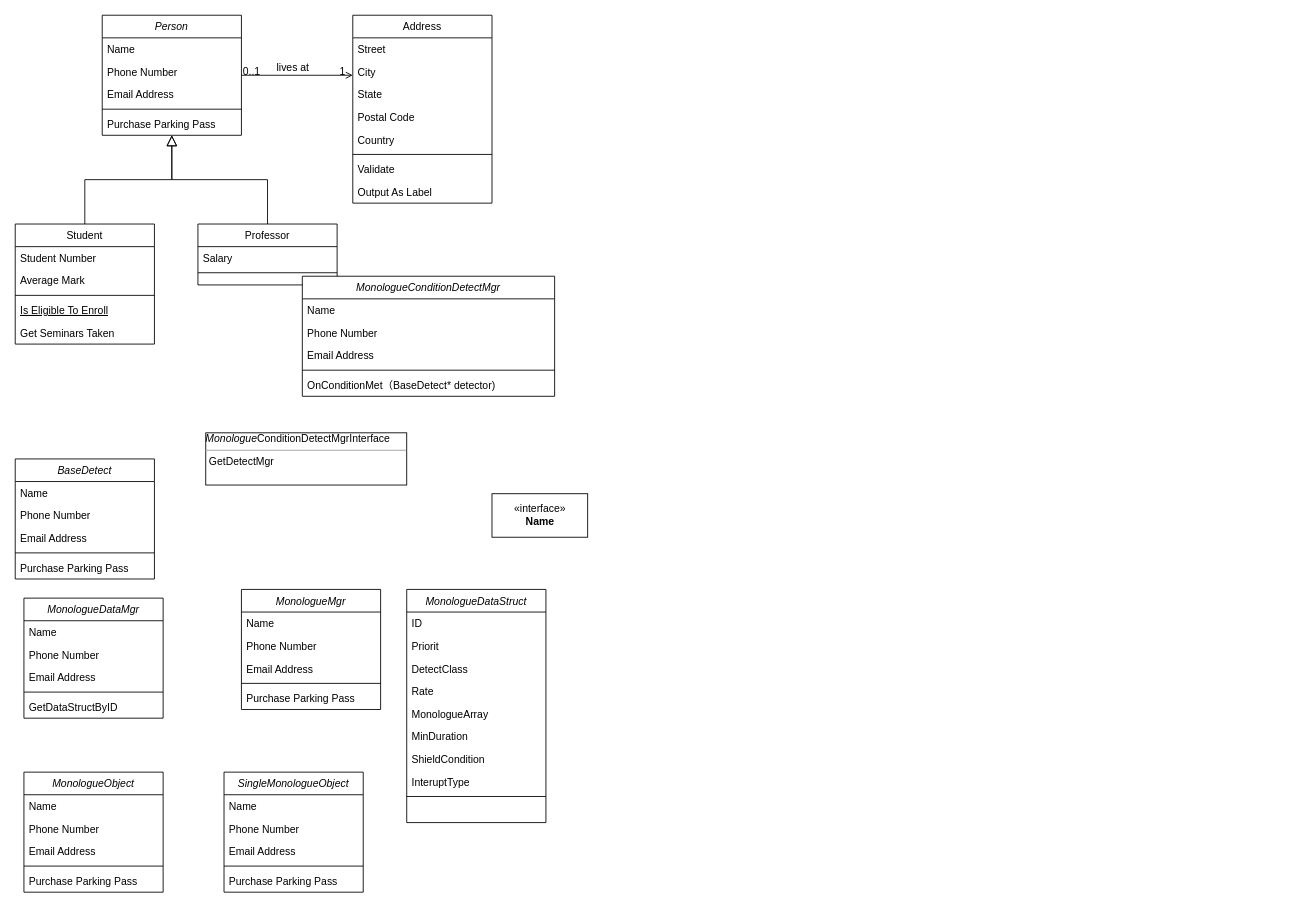
Above: Wwise.drawio in linking314/hello-world (draw.io), before the change. Source tidied: cells renumbered, new cells numbered last; positions are measured from the earlier drawing's top-left corner, leaving out a move shared by most shapes. Both pictures are drawn from the tidied source at 87%, with x=0, y=0 at pixel (15, 15).
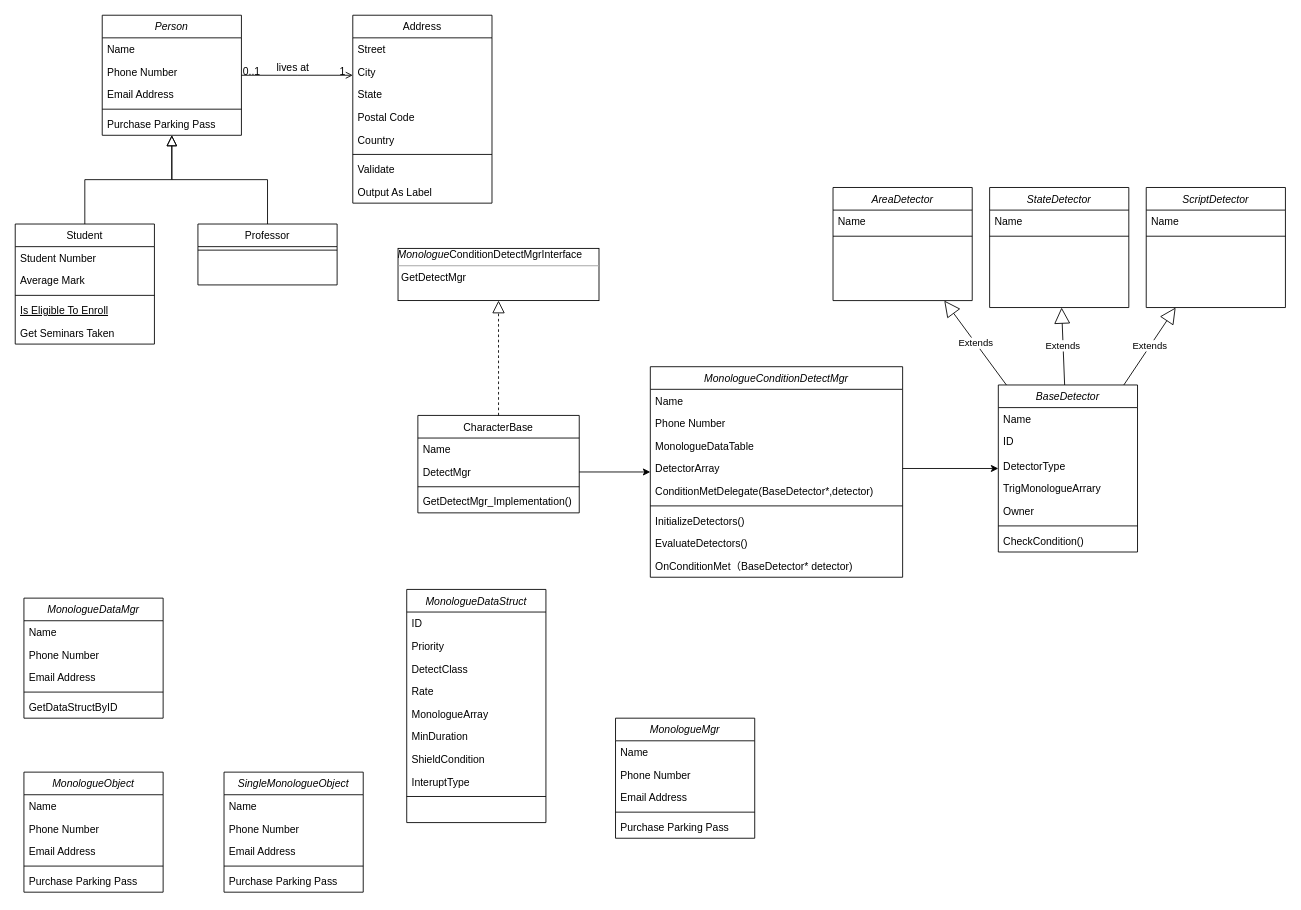
The same page after the edit.

The change refers to these unchanged cells:
```xml
<mxCell id="15" value="Professor" style="swimlane;fontStyle=0;align=center;verticalAlign=top;horizontal=1;startSize=26;rounded=0;shadow=0;strokeWidth=1;" parent="1" vertex="1">
  <mxGeometry x="210" y="240" width="160" height="70" as="geometry" />
</mxCell>
<mxCell id="64" value="MonologueDataStruct" style="swimlane;fontStyle=2;align=center;verticalAlign=top;horizontal=1;startSize=26;rounded=0;shadow=0;strokeWidth=1;" parent="1" vertex="1">
  <mxGeometry x="450" y="660" width="160" height="268" as="geometry" />
</mxCell>
```

What changed in the source:
```diff
@@
-    <mxCell id="16" value="Salary" style="text;align=left;verticalAlign=top;spacingLeft=4;spacingRight=4;overflow=hidden;" parent="15" vertex="1">
-      <mxGeometry y="26" width="160" height="26" as="geometry" />
-    </mxCell>
     <mxCell id="17" style="line;html=1;strokeWidth=1;align=left;verticalAlign=middle;spacingTop=-1;spacingLeft=3;spacingRight=3;labelPosition=right;" parent="15" vertex="1">
-      <mxGeometry y="52" width="160" height="8" as="geometry" />
+      <mxGeometry y="26" width="160" height="8" as="geometry" />
     </mxCell>
@@
-    <mxCell id="32" value="BaseDetect" style="swimlane;fontStyle=2;align=center;verticalAlign=top;horizontal=1;startSize=26;rounded=0;shadow=0;strokeWidth=1;" parent="1" vertex="1">
-      <mxGeometry y="510" width="160" height="138" as="geometry" />
+    <mxCell id="32" value="BaseDetector" style="swimlane;fontStyle=2;align=center;verticalAlign=top;horizontal=1;startSize=26;rounded=0;shadow=0;strokeWidth=1;" parent="1" vertex="1">
+      <mxGeometry x="1130" y="425" width="160" height="192" as="geometry" />
     </mxCell>
@@
-    <mxCell id="34" value="Phone Number" style="text;align=left;verticalAlign=top;spacingLeft=4;spacingRight=4;overflow=hidden;rounded=0;shadow=0;html=0;" parent="32" vertex="1">
-      <mxGeometry y="52" width="160" height="26" as="geometry" />
+    <mxCell id="34" value="ID" style="text;align=left;verticalAlign=top;spacingLeft=4;spacingRight=4;overflow=hidden;rounded=0;shadow=0;html=0;" parent="32" vertex="1">
+      <mxGeometry y="52" width="160" height="28" as="geometry" />
     </mxCell>
-    <mxCell id="35" value="Email Address" style="text;align=left;verticalAlign=top;spacingLeft=4;spacingRight=4;overflow=hidden;rounded=0;shadow=0;html=0;" parent="32" vertex="1">
-      <mxGeometry y="78" width="160" height="26" as="geometry" />
+    <mxCell id="35" value="DetectorType" style="text;align=left;verticalAlign=top;spacingLeft=4;spacingRight=4;overflow=hidden;rounded=0;shadow=0;html=0;" parent="32" vertex="1">
+      <mxGeometry y="80" width="160" height="26" as="geometry" />
     </mxCell>
+    <mxCell id="80" value="TrigMonologueArrary" style="text;align=left;verticalAlign=top;spacingLeft=4;spacingRight=4;overflow=hidden;rounded=0;shadow=0;html=0;" parent="32" vertex="1">
+      <mxGeometry y="106" width="160" height="26" as="geometry" />
+    </mxCell>
+    <mxCell id="81" value="Owner" style="text;align=left;verticalAlign=top;spacingLeft=4;spacingRight=4;overflow=hidden;rounded=0;shadow=0;html=0;" parent="32" vertex="1">
+      <mxGeometry y="132" width="160" height="26" as="geometry" />
+    </mxCell>
     <mxCell id="36" style="line;html=1;strokeWidth=1;align=left;verticalAlign=middle;spacingTop=-1;spacingLeft=3;spacingRight=3;labelPosition=right;" parent="32" vertex="1">
-      <mxGeometry y="104" width="160" height="8" as="geometry" />
+      <mxGeometry y="158" width="160" height="8" as="geometry" />
     </mxCell>
-    <mxCell id="37" value="Purchase Parking Pass" style="text;align=left;verticalAlign=top;spacingLeft=4;spacingRight=4;overflow=hidden;" parent="32" vertex="1">
-      <mxGeometry y="112" width="160" height="26" as="geometry" />
+    <mxCell id="37" value="CheckCondition()" style="text;align=left;verticalAlign=top;spacingLeft=4;spacingRight=4;overflow=hidden;" parent="32" vertex="1">
+      <mxGeometry y="166" width="160" height="26" as="geometry" />
     </mxCell>
-    <mxCell id="38" value="&amp;laquo;interface&amp;raquo;&lt;br&gt;&lt;b&gt;Name&lt;/b&gt;" style="html=1;" parent="1" vertex="1">
-      <mxGeometry x="548" y="550" width="110" height="50" as="geometry" />
-    </mxCell>
     <mxCell id="39" value="&lt;span style=&quot;font-style: italic ; text-align: center&quot;&gt;Monologue&lt;/span&gt;&lt;span style=&quot;text-align: center&quot;&gt;ConditionDetectMgrInterface&lt;/span&gt;&lt;span style=&quot;font-style: italic ; text-align: center&quot;&gt;&lt;br&gt;&lt;/span&gt;&lt;hr size=&quot;1&quot;&gt;&lt;p style=&quot;margin: 0px ; margin-left: 4px&quot;&gt;&lt;/p&gt;&lt;p style=&quot;margin: 0px ; margin-left: 4px&quot;&gt;GetDetectMgr&lt;/p&gt;" style="verticalAlign=top;align=left;overflow=fill;fontSize=12;fontFamily=Helvetica;html=1;" parent="1" vertex="1">
-      <mxGeometry x="219" y="480" width="231" height="60" as="geometry" />
+      <mxGeometry x="440" y="268" width="231" height="60" as="geometry" />
     </mxCell>
@@
     <mxCell id="46" value="MonologueMgr" style="swimlane;fontStyle=2;align=center;verticalAlign=top;horizontal=1;startSize=26;rounded=0;shadow=0;strokeWidth=1;" parent="1" vertex="1">
-      <mxGeometry x="260" y="660" width="160" height="138" as="geometry" />
+      <mxGeometry x="690" y="808" width="160" height="138" as="geometry" />
     </mxCell>
@@
-    <mxCell id="66" value="Priorit" style="text;align=left;verticalAlign=top;spacingLeft=4;spacingRight=4;overflow=hidden;rounded=0;shadow=0;html=0;" parent="64" vertex="1">
+    <mxCell id="66" value="Priority" style="text;align=left;verticalAlign=top;spacingLeft=4;spacingRight=4;overflow=hidden;rounded=0;shadow=0;html=0;" parent="64" vertex="1">
       <mxGeometry y="52" width="160" height="26" as="geometry" />
     </mxCell>
@@
     <mxCell id="74" value="MonologueConditionDetectMgr" style="swimlane;fontStyle=2;align=center;verticalAlign=top;horizontal=1;startSize=26;rounded=0;shadow=0;strokeWidth=1;" parent="1" vertex="1">
-      <mxGeometry x="330" y="300" width="290" height="138" as="geometry" />
+      <mxGeometry x="730" y="404" width="290" height="242" as="geometry" />
     </mxCell>
@@
-    <mxCell id="77" value="Email Address" style="text;align=left;verticalAlign=top;spacingLeft=4;spacingRight=4;overflow=hidden;rounded=0;shadow=0;html=0;" parent="74" vertex="1">
+    <mxCell id="77" value="MonologueDataTable" style="text;align=left;verticalAlign=top;spacingLeft=4;spacingRight=4;overflow=hidden;rounded=0;shadow=0;html=0;" parent="74" vertex="1">
       <mxGeometry y="78" width="290" height="26" as="geometry" />
     </mxCell>
+    <mxCell id="82" value="DetectorArray" style="text;align=left;verticalAlign=top;spacingLeft=4;spacingRight=4;overflow=hidden;points=[[0,0.5],[1,0.5]];portConstraint=eastwest;rounded=0;shadow=0;html=0;" parent="74" vertex="1">
+      <mxGeometry y="104" width="290" height="26" as="geometry" />
+    </mxCell>
+    <mxCell id="83" value="ConditionMetDelegate(BaseDetector*,detector)" style="text;align=left;verticalAlign=top;spacingLeft=4;spacingRight=4;overflow=hidden;rounded=0;shadow=0;html=0;" parent="74" vertex="1">
+      <mxGeometry y="130" width="290" height="26" as="geometry" />
+    </mxCell>
     <mxCell id="78" style="line;html=1;strokeWidth=1;align=left;verticalAlign=middle;spacingTop=-1;spacingLeft=3;spacingRight=3;labelPosition=right;" parent="74" vertex="1">
-      <mxGeometry y="104" width="290" height="8" as="geometry" />
+      <mxGeometry y="156" width="290" height="8" as="geometry" />
     </mxCell>
-    <mxCell id="79" value="OnConditionMet（BaseDetect* detector)" style="text;align=left;verticalAlign=top;spacingLeft=4;spacingRight=4;overflow=hidden;" parent="74" vertex="1">
-      <mxGeometry y="112" width="290" height="26" as="geometry" />
+    <mxCell id="79" value="InitializeDetectors()" style="text;align=left;verticalAlign=top;spacingLeft=4;spacingRight=4;overflow=hidden;" parent="74" vertex="1">
+      <mxGeometry y="164" width="290" height="26" as="geometry" />
     </mxCell>
+    <mxCell id="84" value="EvaluateDetectors()" style="text;align=left;verticalAlign=top;spacingLeft=4;spacingRight=4;overflow=hidden;" parent="74" vertex="1">
+      <mxGeometry y="190" width="290" height="26" as="geometry" />
+    </mxCell>
+    <mxCell id="85" value="OnConditionMet（BaseDetector* detector)" style="text;align=left;verticalAlign=top;spacingLeft=4;spacingRight=4;overflow=hidden;" parent="74" vertex="1">
+      <mxGeometry y="216" width="290" height="26" as="geometry" />
+    </mxCell>
+    <mxCell id="86" value="CharacterBase" style="swimlane;fontStyle=0;align=center;verticalAlign=top;horizontal=1;startSize=26;rounded=0;shadow=0;strokeWidth=1;" parent="1" vertex="1">
+      <mxGeometry x="462.8" y="460" width="185.5" height="112" as="geometry" />
+    </mxCell>
+    <mxCell id="87" value="Name" style="text;align=left;verticalAlign=top;spacingLeft=4;spacingRight=4;overflow=hidden;" parent="86" vertex="1">
+      <mxGeometry y="26" width="185.5" height="26" as="geometry" />
+    </mxCell>
+    <mxCell id="88" value="DetectMgr" style="text;align=left;verticalAlign=top;spacingLeft=4;spacingRight=4;overflow=hidden;points=[[0,0.5],[1,0.5]];portConstraint=eastwest;" parent="86" vertex="1">
+      <mxGeometry y="52" width="185.5" height="26" as="geometry" />
+    </mxCell>
+    <mxCell id="89" style="line;html=1;strokeWidth=1;align=left;verticalAlign=middle;spacingTop=-1;spacingLeft=3;spacingRight=3;labelPosition=right;" parent="86" vertex="1">
+      <mxGeometry y="78" width="185.5" height="8" as="geometry" />
+    </mxCell>
+    <mxCell id="16" value="GetDetectMgr_Implementation()" style="text;align=left;verticalAlign=top;spacingLeft=4;spacingRight=4;overflow=hidden;" parent="86" vertex="1">
+      <mxGeometry y="86" width="185.5" height="26" as="geometry" />
+    </mxCell>
+    <mxCell id="90" value="AreaDetector" style="swimlane;fontStyle=2;align=center;verticalAlign=top;horizontal=1;startSize=26;rounded=0;shadow=0;strokeWidth=1;" parent="1" vertex="1">
+      <mxGeometry x="940" y="198" width="160" height="130" as="geometry" />
+    </mxCell>
+    <mxCell id="91" value="Name" style="text;align=left;verticalAlign=top;spacingLeft=4;spacingRight=4;overflow=hidden;" parent="90" vertex="1">
+      <mxGeometry y="26" width="160" height="26" as="geometry" />
+    </mxCell>
+    <mxCell id="92" style="line;html=1;strokeWidth=1;align=left;verticalAlign=middle;spacingTop=-1;spacingLeft=3;spacingRight=3;labelPosition=right;" parent="90" vertex="1">
+      <mxGeometry y="52" width="160" height="8" as="geometry" />
+    </mxCell>
+    <mxCell id="93" value="StateDetector" style="swimlane;fontStyle=2;align=center;verticalAlign=top;horizontal=1;startSize=26;rounded=0;shadow=0;strokeWidth=1;" parent="1" vertex="1">
+      <mxGeometry x="1120" y="198" width="160" height="138" as="geometry" />
+    </mxCell>
+    <mxCell id="94" value="Name" style="text;align=left;verticalAlign=top;spacingLeft=4;spacingRight=4;overflow=hidden;" parent="93" vertex="1">
+      <mxGeometry y="26" width="160" height="26" as="geometry" />
+    </mxCell>
+    <mxCell id="95" style="line;html=1;strokeWidth=1;align=left;verticalAlign=middle;spacingTop=-1;spacingLeft=3;spacingRight=3;labelPosition=right;" parent="93" vertex="1">
+      <mxGeometry y="52" width="160" height="8" as="geometry" />
+    </mxCell>
+    <mxCell id="96" value="ScriptDetector" style="swimlane;fontStyle=2;align=center;verticalAlign=top;horizontal=1;startSize=26;rounded=0;shadow=0;strokeWidth=1;" parent="1" vertex="1">
+      <mxGeometry x="1300" y="198" width="160" height="138" as="geometry" />
+    </mxCell>
+    <mxCell id="97" value="Name" style="text;align=left;verticalAlign=top;spacingLeft=4;spacingRight=4;overflow=hidden;" parent="96" vertex="1">
+      <mxGeometry y="26" width="160" height="26" as="geometry" />
+    </mxCell>
+    <mxCell id="98" style="line;html=1;strokeWidth=1;align=left;verticalAlign=middle;spacingTop=-1;spacingLeft=3;spacingRight=3;labelPosition=right;" parent="96" vertex="1">
+      <mxGeometry y="52" width="160" height="8" as="geometry" />
+    </mxCell>
+    <mxCell id="99" style="endArrow=block;dashed=1;endFill=0;endSize=12;html=1;" parent="1" edge="1" source="86" target="39">
+      <mxGeometry relative="1" as="geometry" />
+    </mxCell>
+    <mxCell id="100" style="edgeStyle=orthogonalEdgeStyle;rounded=0;jettySize=auto;html=1;" parent="1" edge="1" source="88" target="74">
+      <mxGeometry relative="1" as="geometry" />
+    </mxCell>
+    <mxCell id="101" style="edgeStyle=orthogonalEdgeStyle;rounded=0;jettySize=auto;html=1;" parent="1" edge="1" source="82" target="32">
+      <mxGeometry relative="1" as="geometry" />
+    </mxCell>
+    <mxCell id="102" value="Extends" style="endArrow=block;endSize=16;endFill=0;html=1;" parent="1" edge="1" source="32" target="93">
+      <mxGeometry relative="1" as="geometry" />
+    </mxCell>
+    <mxCell id="103" value="Extends" style="endArrow=block;endSize=16;endFill=0;html=1;" parent="1" edge="1" source="32" target="90">
+      <mxGeometry relative="1" as="geometry" />
+    </mxCell>
+    <mxCell id="104" value="Extends" style="endArrow=block;endSize=16;endFill=0;html=1;" parent="1" edge="1" source="32" target="96">
+      <mxGeometry relative="1" as="geometry" />
+    </mxCell>
```
